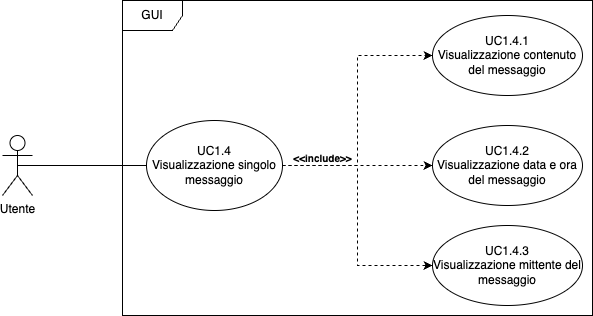
Before: images/analisi-dei-requisiti/UC_view_single_mess.png, a diagram exported from draw.io (SweeTenTeam/Docs). Source tidied: cells renumbered, new cells last; positions are measured from the earlier drawing's top-left corner, leaving out a move shared by most shapes. The source it was exported from:
```xml
<mxGraphModel>
  <root>
    <mxCell id="0" />
    <mxCell id="1" parent="0" />
    <mxCell id="2" value="GUI" style="shape=umlFrame;whiteSpace=wrap;html=1;" parent="1" vertex="1">
      <mxGeometry x="120" width="470" height="315" as="geometry" />
    </mxCell>
    <mxCell id="3" value="Utente" style="shape=umlActor;verticalLabelPosition=bottom;verticalAlign=top;html=1;" parent="1" vertex="1">
      <mxGeometry y="135" width="30" height="60" as="geometry" />
    </mxCell>
    <mxCell id="4" style="edgeStyle=orthogonalEdgeStyle;rounded=0;jettySize=auto;html=1;entryX=0;entryY=0.5;entryDx=0;entryDy=0;dashed=1;" parent="1" edge="1" source="7" target="8">
      <mxGeometry relative="1" as="geometry" />
    </mxCell>
    <mxCell id="5" style="edgeStyle=orthogonalEdgeStyle;rounded=0;jettySize=auto;html=1;entryX=0;entryY=0.5;entryDx=0;entryDy=0;dashed=1;" parent="1" edge="1" source="7" target="11">
      <mxGeometry relative="1" as="geometry" />
    </mxCell>
    <mxCell id="6" style="edgeStyle=orthogonalEdgeStyle;rounded=0;jettySize=auto;html=1;entryX=0;entryY=0.5;entryDx=0;entryDy=0;dashed=1;" parent="1" edge="1" source="7" target="12">
      <mxGeometry relative="1" as="geometry" />
    </mxCell>
    <mxCell id="7" value="UC1.4&lt;br&gt;Visualizzazione singolo messaggio" style="ellipse;whiteSpace=wrap;html=1;" parent="1" vertex="1">
      <mxGeometry x="144" y="120" width="136" height="90" as="geometry" />
    </mxCell>
    <mxCell id="8" value="&lt;span style=&quot;text-wrap-mode: nowrap;&quot;&gt;UC1.4.1&lt;/span&gt;&lt;div&gt;Visualizzazione contenuto del messaggio&lt;/div&gt;" style="ellipse;whiteSpace=wrap;html=1;" parent="1" vertex="1">
      <mxGeometry x="430" y="15" width="150" height="80" as="geometry" />
    </mxCell>
    <mxCell id="9" style="endArrow=none;html=1;rounded=0;exitX=0.5;exitY=0.5;exitDx=0;exitDy=0;exitPerimeter=0;entryX=0;entryY=0.5;entryDx=0;entryDy=0;" parent="1" edge="1" source="3" target="7">
      <mxGeometry relative="1" as="geometry" />
    </mxCell>
    <mxCell id="10" value="&lt;b&gt;&lt;font style=&quot;font-size: 10px;&quot;&gt;&amp;lt;&amp;lt;include&amp;gt;&amp;gt;&lt;/font&gt;&lt;/b&gt;" style="text;html=1;align=center;verticalAlign=middle;strokeColor=none;fillColor=none;" parent="1" vertex="1">
      <mxGeometry x="280" y="142.5" width="80" height="30" as="geometry" />
    </mxCell>
    <mxCell id="11" value="&lt;span style=&quot;text-wrap-mode: nowrap;&quot;&gt;UC1.4.2&lt;/span&gt;&lt;div&gt;Visualizzazione data e ora del messaggio&lt;/div&gt;" style="ellipse;whiteSpace=wrap;html=1;" parent="1" vertex="1">
      <mxGeometry x="430" y="125" width="150" height="80" as="geometry" />
    </mxCell>
    <mxCell id="12" value="&lt;span style=&quot;text-wrap-mode: nowrap;&quot;&gt;UC1.4.3&lt;/span&gt;&lt;div&gt;Visualizzazione mittente del messaggio&lt;/div&gt;" style="ellipse;whiteSpace=wrap;html=1;" parent="1" vertex="1">
      <mxGeometry x="430" y="225" width="150" height="80" as="geometry" />
    </mxCell>
  </root>
</mxGraphModel>
```
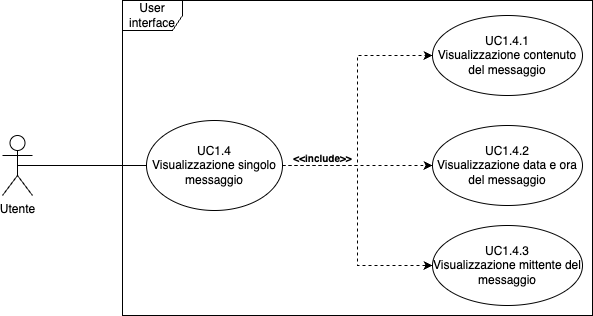
After the commit.

What changed in the source:
```diff
@@ -2,7 +2,7 @@
   <root>
     <mxCell id="0" />
     <mxCell id="1" parent="0" />
-    <mxCell id="2" value="GUI" style="shape=umlFrame;whiteSpace=wrap;html=1;" parent="1" vertex="1">
+    <mxCell id="2" value="User interface" style="shape=umlFrame;whiteSpace=wrap;html=1;" parent="1" vertex="1">
       <mxGeometry x="120" width="470" height="315" as="geometry" />
     </mxCell>
     <mxCell id="3" value="Utente" style="shape=umlActor;verticalLabelPosition=bottom;verticalAlign=top;html=1;" parent="1" vertex="1">
```
